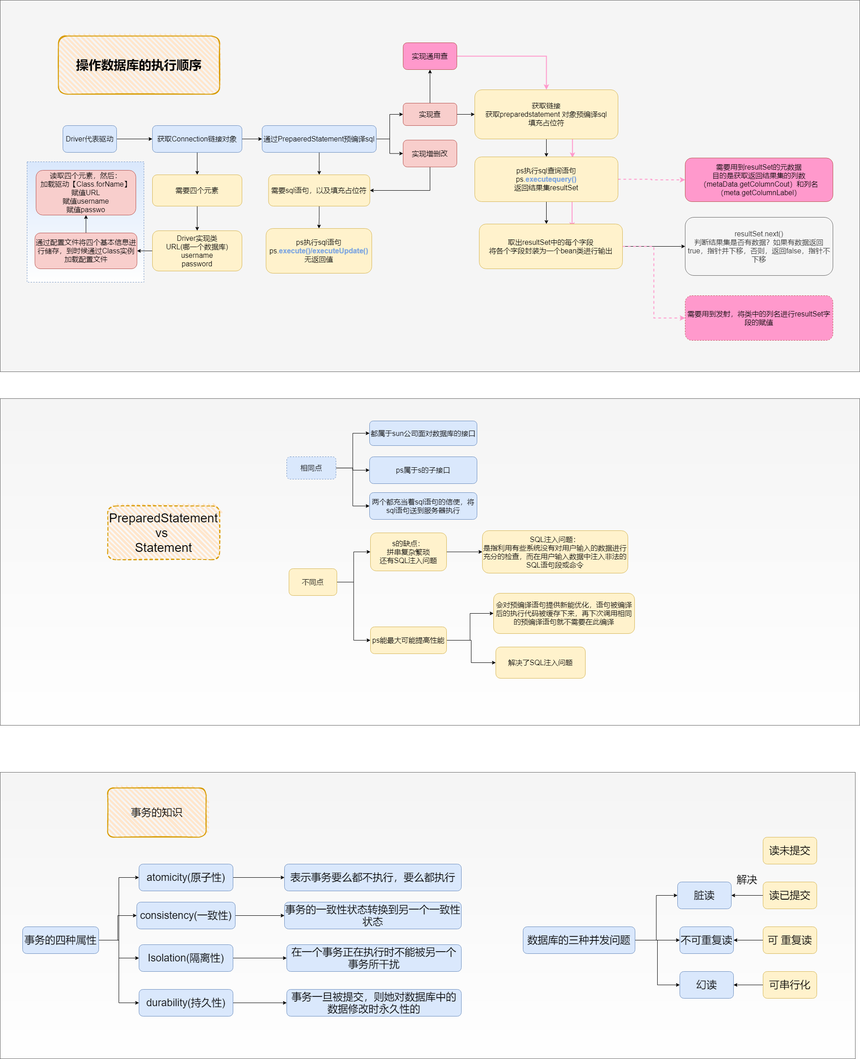
kusuzi/LearnJava keeps this draw.io diagram as Java/JDBC.png. Above is the earlier version. Source tidied: cells renumbered, new cells last; positions are measured from the earlier drawing's top-left corner, leaving out a move shared by most shapes.
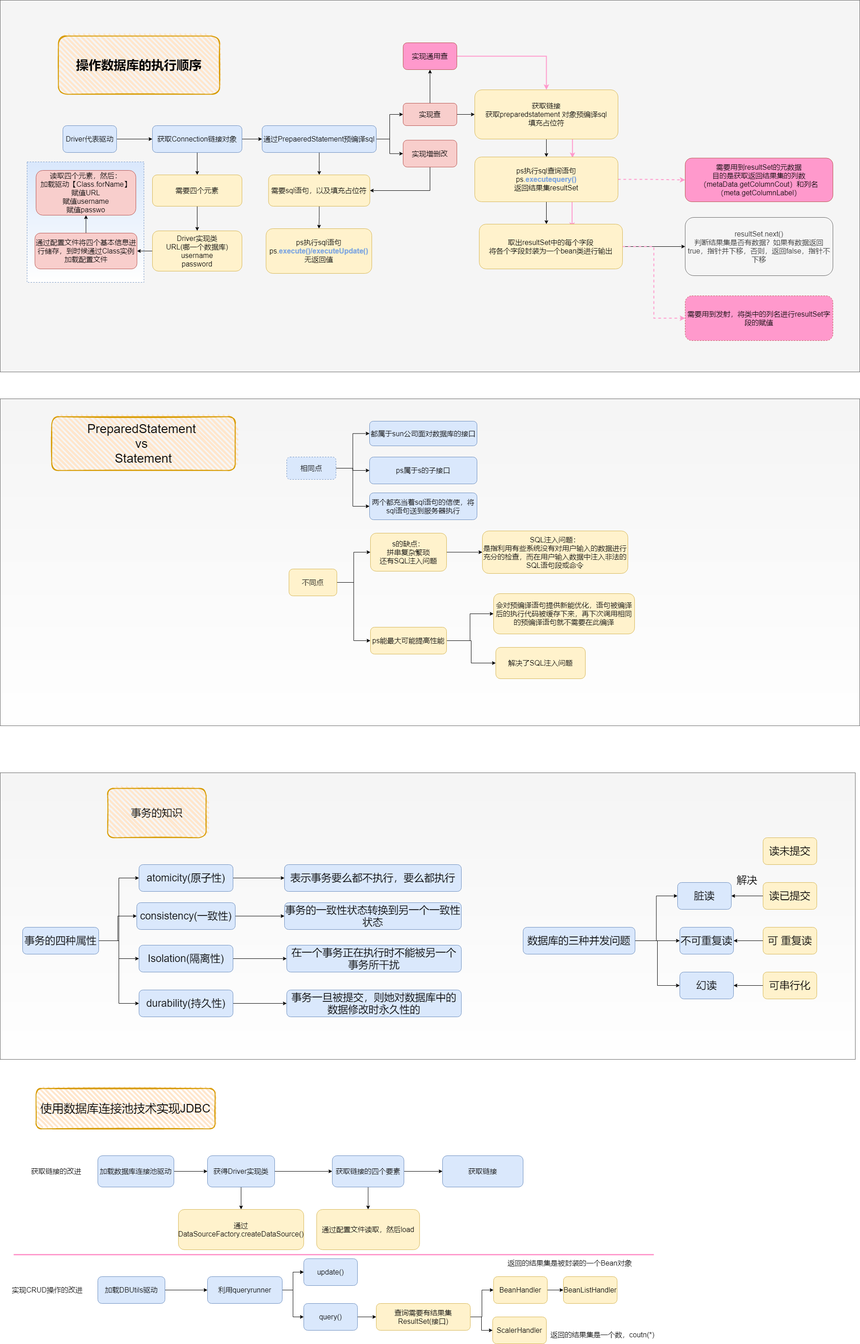
Later version of the same file.

The edit, as a diff of the source:
```diff
@@ -154,8 +154,8 @@
     <mxCell id="45" value="需要用到发射，将类中的列名进行resultSet字段的赋值" style="rounded=1;whiteSpace=wrap;html=1;dashed=1;strokeColor=#b85450;fontSize=16;fillColor=#FF99CC;" parent="1" vertex="1">
       <mxGeometry x="1530" y="660" width="330" height="100" as="geometry" />
     </mxCell>
-    <mxCell id="46" value="PreparedStatement vs &lt;br&gt;Statement" style="rounded=1;whiteSpace=wrap;html=1;strokeWidth=2;fillWeight=4;hachureGap=8;hachureAngle=45;fillColor=#ffe6cc;sketch=1;dashed=1;fontSize=28;strokeColor=#d79b00;" parent="1" vertex="1">
-      <mxGeometry x="240" y="1130" width="250" height="120" as="geometry" />
+    <mxCell id="46" value="PreparedStatement &lt;br&gt;vs &lt;br&gt;Statement" style="rounded=1;whiteSpace=wrap;html=1;strokeWidth=2;fillWeight=4;hachureGap=8;hachureAngle=45;fillColor=#ffe6cc;sketch=1;fontSize=28;strokeColor=#d79b00;" parent="1" vertex="1">
+      <mxGeometry x="115" y="930" width="410" height="120" as="geometry" />
     </mxCell>
     <mxCell id="47" style="edgeStyle=orthogonalEdgeStyle;rounded=0;jettySize=auto;html=1;entryX=0;entryY=0.5;entryDx=0;entryDy=0;fontSize=16;fontColor=#000000;strokeColor=#000000;strokeWidth=1;" parent="1" edge="1" source="50" target="51">
       <mxGeometry relative="1" as="geometry" />
@@ -310,5 +310,104 @@
     <mxCell id="97" value="解决" style="text;html=1;align=center;verticalAlign=middle;strokeColor=none;fontSize=23;" parent="1" vertex="1">
       <mxGeometry x="1638" y="1950" width="60" height="30" as="geometry" />
     </mxCell>
+    <mxCell id="98" value="使用数据库连接池技术实现JDBC" style="rounded=1;whiteSpace=wrap;html=1;strokeWidth=2;fillWeight=4;hachureGap=8;hachureAngle=45;fillColor=#ffe6cc;sketch=1;strokeColor=#d79b00;fontSize=26;" parent="1" vertex="1">
+      <mxGeometry x="80" y="2430" width="400" height="90" as="geometry" />
+    </mxCell>
+    <mxCell id="99" style="edgeStyle=orthogonalEdgeStyle;rounded=0;jettySize=auto;html=1;fontSize=16;" parent="1" edge="1" source="101" target="105">
+      <mxGeometry relative="1" as="geometry" />
+    </mxCell>
+    <mxCell id="100" style="edgeStyle=orthogonalEdgeStyle;rounded=0;jettySize=auto;html=1;fontSize=16;" parent="1" edge="1" source="101" target="102">
+      <mxGeometry relative="1" as="geometry" />
+    </mxCell>
+    <mxCell id="101" value="获得Driver实现类" style="rounded=1;whiteSpace=wrap;html=1;fillColor=#dae8fc;strokeColor=#6c8ebf;fontSize=16;" parent="1" vertex="1">
+      <mxGeometry x="463" y="2580" width="150" height="70" as="geometry" />
+    </mxCell>
+    <mxCell id="102" value="通过DataSourceFactory.createDataSource()" style="rounded=1;whiteSpace=wrap;html=1;fillColor=#fff2cc;strokeColor=#d6b656;fontSize=16;" parent="1" vertex="1">
+      <mxGeometry x="398" y="2700" width="280" height="90" as="geometry" />
+    </mxCell>
+    <mxCell id="103" style="edgeStyle=orthogonalEdgeStyle;rounded=0;jettySize=auto;html=1;fontSize=16;" parent="1" edge="1" source="105" target="107">
+      <mxGeometry relative="1" as="geometry" />
+    </mxCell>
+    <mxCell id="104" style="edgeStyle=orthogonalEdgeStyle;rounded=0;jettySize=auto;html=1;fontSize=16;" parent="1" edge="1" source="105" target="106">
+      <mxGeometry relative="1" as="geometry" />
+    </mxCell>
+    <mxCell id="105" value="获取链接的四个要素" style="whiteSpace=wrap;html=1;rounded=1;strokeColor=#6c8ebf;fillColor=#dae8fc;fontSize=16;" parent="1" vertex="1">
+      <mxGeometry x="741.8" y="2580" width="160" height="70" as="geometry" />
+    </mxCell>
+    <mxCell id="106" value="通过配置文件读取，然后load" style="rounded=1;whiteSpace=wrap;html=1;strokeColor=#d6b656;fillColor=#fff2cc;fontSize=16;" parent="1" vertex="1">
+      <mxGeometry x="706.8" y="2700" width="230" height="90" as="geometry" />
+    </mxCell>
+    <mxCell id="107" value="获取链接" style="whiteSpace=wrap;html=1;rounded=1;strokeColor=#6c8ebf;fillColor=#dae8fc;fontSize=16;" parent="1" vertex="1">
+      <mxGeometry x="988" y="2580" width="180" height="70" as="geometry" />
+    </mxCell>
+    <mxCell id="108" style="edgeStyle=orthogonalEdgeStyle;rounded=0;jettySize=auto;html=1;fontSize=16;" parent="1" edge="1" source="109" target="101">
+      <mxGeometry relative="1" as="geometry" />
+    </mxCell>
+    <mxCell id="109" value="加载数据库连接池驱动" style="whiteSpace=wrap;html=1;rounded=1;fontSize=16;strokeColor=#6c8ebf;fillColor=#dae8fc;" parent="1" vertex="1">
+      <mxGeometry x="218" y="2580" width="170" height="70" as="geometry" />
+    </mxCell>
+    <mxCell id="110" value="获取链接的改进" style="text;html=1;align=center;verticalAlign=middle;strokeColor=none;fontSize=16;" parent="1" vertex="1">
+      <mxGeometry x="60" y="2605" width="130" height="20" as="geometry" />
+    </mxCell>
+    <mxCell id="111" value="实现CRUD操作的改进" style="text;html=1;align=center;verticalAlign=middle;strokeColor=none;fontSize=16;" parent="1" vertex="1">
+      <mxGeometry x="20" y="2870" width="170" height="20" as="geometry" />
+    </mxCell>
+    <mxCell id="112" style="edgeStyle=orthogonalEdgeStyle;rounded=0;jettySize=auto;html=1;fontSize=16;" parent="1" edge="1" source="113" target="117">
+      <mxGeometry relative="1" as="geometry" />
+    </mxCell>
+    <mxCell id="113" value="加载DBUtils驱动" style="rounded=1;whiteSpace=wrap;html=1;fontSize=16;strokeColor=#6c8ebf;fillColor=#dae8fc;" parent="1" vertex="1">
+      <mxGeometry x="218" y="2850" width="150" height="60" as="geometry" />
+    </mxCell>
+    <mxCell id="114" style="edgeStyle=orthogonalEdgeStyle;rounded=0;jettySize=auto;html=1;fontSize=16;" parent="1" edge="1" source="117" target="118">
+      <mxGeometry relative="1" as="geometry" />
+    </mxCell>
+    <mxCell id="115" style="edgeStyle=orthogonalEdgeStyle;rounded=0;jettySize=auto;html=1;fontSize=16;" parent="1" edge="1" source="117" target="118">
+      <mxGeometry relative="1" as="geometry" />
+    </mxCell>
+    <mxCell id="116" style="edgeStyle=orthogonalEdgeStyle;rounded=0;jettySize=auto;html=1;entryX=0;entryY=0.5;entryDx=0;entryDy=0;fontSize=16;" parent="1" edge="1" source="117" target="120">
+      <mxGeometry relative="1" as="geometry" />
+    </mxCell>
+    <mxCell id="117" value="利用queryrunner" style="whiteSpace=wrap;html=1;rounded=1;fontSize=16;strokeColor=#6c8ebf;fillColor=#dae8fc;" parent="1" vertex="1">
+      <mxGeometry x="463" y="2850" width="167" height="60" as="geometry" />
+    </mxCell>
+    <mxCell id="118" value="update()" style="whiteSpace=wrap;html=1;rounded=1;fontSize=16;strokeColor=#6c8ebf;fillColor=#dae8fc;" parent="1" vertex="1">
+      <mxGeometry x="678" y="2810" width="120" height="60" as="geometry" />
+    </mxCell>
+    <mxCell id="119" style="edgeStyle=orthogonalEdgeStyle;rounded=0;jettySize=auto;html=1;fontSize=16;" parent="1" edge="1" source="120" target="123">
+      <mxGeometry relative="1" as="geometry" />
+    </mxCell>
+    <mxCell id="120" value="query()" style="whiteSpace=wrap;html=1;rounded=1;fontSize=16;strokeColor=#6c8ebf;fillColor=#dae8fc;" parent="1" vertex="1">
+      <mxGeometry x="678" y="2910" width="120" height="60" as="geometry" />
+    </mxCell>
+    <mxCell id="121" style="edgeStyle=orthogonalEdgeStyle;rounded=0;jettySize=auto;html=1;entryX=0;entryY=0.5;entryDx=0;entryDy=0;fontSize=16;" parent="1" edge="1" source="123" target="125">
+      <mxGeometry relative="1" as="geometry" />
+    </mxCell>
+    <mxCell id="122" style="edgeStyle=orthogonalEdgeStyle;rounded=0;jettySize=auto;html=1;entryX=0;entryY=0.5;entryDx=0;entryDy=0;fontSize=16;" parent="1" edge="1" source="123" target="127">
+      <mxGeometry relative="1" as="geometry" />
+    </mxCell>
+    <mxCell id="123" value="查询需要有结果集ResultSet(接口)" style="rounded=1;whiteSpace=wrap;html=1;fontSize=16;strokeColor=#d6b656;fillColor=#fff2cc;" parent="1" vertex="1">
+      <mxGeometry x="840" y="2910" width="210" height="60" as="geometry" />
+    </mxCell>
+    <mxCell id="124" style="edgeStyle=orthogonalEdgeStyle;rounded=0;jettySize=auto;html=1;fontSize=16;" parent="1" edge="1" source="125" target="126">
+      <mxGeometry relative="1" as="geometry" />
+    </mxCell>
+    <mxCell id="125" value="BeanHandler" style="whiteSpace=wrap;html=1;rounded=1;fontSize=16;strokeColor=#d6b656;fillColor=#fff2cc;" parent="1" vertex="1">
+      <mxGeometry x="1102" y="2850" width="120" height="60" as="geometry" />
+    </mxCell>
+    <mxCell id="126" value="&lt;span&gt;BeanListHandler&lt;/span&gt;" style="whiteSpace=wrap;html=1;rounded=1;fontSize=16;strokeColor=#d6b656;fillColor=#fff2cc;" parent="1" vertex="1">
+      <mxGeometry x="1258" y="2850" width="120" height="60" as="geometry" />
+    </mxCell>
+    <mxCell id="127" value="ScalerHandler" style="whiteSpace=wrap;html=1;rounded=1;fontSize=16;strokeColor=#d6b656;fillColor=#fff2cc;" parent="1" vertex="1">
+      <mxGeometry x="1100" y="2940" width="120" height="60" as="geometry" />
+    </mxCell>
+    <mxCell id="128" value="返回的结果集是一个数，coutn(*)" style="text;html=1;align=center;verticalAlign=middle;strokeColor=none;fontSize=16;" parent="1" vertex="1">
+      <mxGeometry x="1220" y="2970" width="250" height="20" as="geometry" />
+    </mxCell>
+    <mxCell id="129" value="返回的结果集是被封装的一个Bean对象" style="text;html=1;align=center;verticalAlign=middle;strokeColor=none;fontSize=16;" parent="1" vertex="1">
+      <mxGeometry x="1127" y="2810" width="290" height="20" as="geometry" />
+    </mxCell>
+    <mxCell id="130" style="line;strokeWidth=3;html=1;perimeter=backbonePerimeter;rounded=1;fontSize=16;fillColor=#dae8fc;strokeColor=#FF99CC;" parent="1" vertex="1">
+      <mxGeometry x="30" y="2796" width="1430" height="10" as="geometry" />
+    </mxCell>
   </root>
 </mxGraphModel>
```
